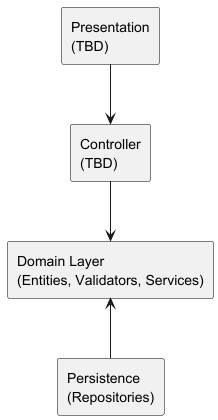
Above: docs/architecture.png in michallysak/notes (PlantUML), before the change. Source of this version:
```plantuml
@startuml
skinparam rectangle {
  BorderColor Black
  FontSize 14
}

top to bottom direction

rectangle "Domain Layer\n(Entities, Validators, Services)" as DomainLayer
rectangle "Persistence\n(Repositories)" as Persistence
rectangle "Controller\n(TBD)" as Controller
rectangle "Presentation\n(TBD)" as Presentation

Presentation --> Controller
Controller --> DomainLayer
Persistence -up-> DomainLayer

@enduml
```
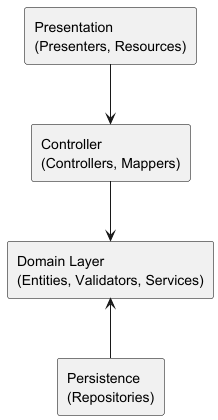
Above is the later version.

What changed in the source:
```diff
@@ -8,8 +8,8 @@
 
 rectangle "Domain Layer\n(Entities, Validators, Services)" as DomainLayer
 rectangle "Persistence\n(Repositories)" as Persistence
-rectangle "Controller\n(TBD)" as Controller
-rectangle "Presentation\n(TBD)" as Presentation
+rectangle "Controller\n(Controllers, Mappers)" as Controller
+rectangle "Presentation\n(Presenters, Resources)" as Presentation
 
 Presentation --> Controller
 Controller --> DomainLayer
```
